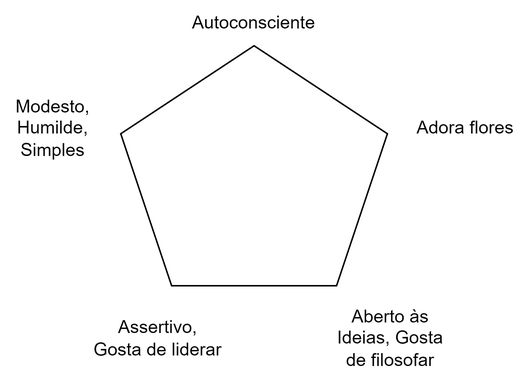
Before: drawio/personality traits/exports/five_traits_flourist.drawio.png, a diagram exported from draw.io (Anth0nyPereira/onegai). Source tidied: cells renumbered, new cells last; positions are measured from the earlier drawing's top-left corner, leaving out a move shared by most shapes. Its diagram source:
```xml
<mxGraphModel>
  <root>
    <mxCell id="0" />
    <mxCell id="1" parent="0" />
    <mxCell id="2" style="whiteSpace=wrap;html=1;shape=mxgraph.basic.pentagon;" parent="1" vertex="1">
      <mxGeometry x="80" y="30" width="177.8" height="160" as="geometry" />
    </mxCell>
    <mxCell id="3" value="Autoconsciente" style="text;html=1;strokeColor=none;fillColor=none;align=center;verticalAlign=middle;whiteSpace=wrap;rounded=0;" parent="1" vertex="1">
      <mxGeometry x="139" width="60" height="30" as="geometry" />
    </mxCell>
    <mxCell id="4" value="Assertivo, Gosta de liderar" style="text;html=1;strokeColor=none;fillColor=none;align=center;verticalAlign=middle;whiteSpace=wrap;rounded=0;" parent="1" vertex="1">
      <mxGeometry x="60" y="200" width="90" height="50" as="geometry" />
    </mxCell>
    <mxCell id="5" value="Aberto às Ideias, Gosta de filosofar" style="text;html=1;strokeColor=none;fillColor=none;align=center;verticalAlign=middle;whiteSpace=wrap;rounded=0;" parent="1" vertex="1">
      <mxGeometry x="220" y="210" width="80" height="30" as="geometry" />
    </mxCell>
    <mxCell id="6" value="Modesto, Humilde,&lt;br&gt;Simples" style="text;html=1;strokeColor=none;fillColor=none;align=center;verticalAlign=middle;whiteSpace=wrap;rounded=0;" parent="1" vertex="1">
      <mxGeometry y="70" width="70" height="30" as="geometry" />
    </mxCell>
    <mxCell id="7" value="Adora flores" style="text;html=1;strokeColor=none;fillColor=none;align=center;verticalAlign=middle;whiteSpace=wrap;rounded=0;" parent="1" vertex="1">
      <mxGeometry x="270" y="70" width="80" height="30" as="geometry" />
    </mxCell>
  </root>
</mxGraphModel>
```
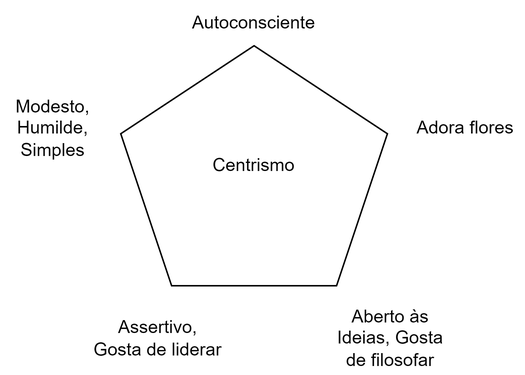
After the change.

Commit message:
updating personality traits for FLOURIST png

The edit, as a diff of the source:
```diff
@@ -2,7 +2,7 @@
   <root>
     <mxCell id="0" />
     <mxCell id="1" parent="0" />
-    <mxCell id="2" style="whiteSpace=wrap;html=1;shape=mxgraph.basic.pentagon;" parent="1" vertex="1">
+    <mxCell id="2" value="Centrismo" style="whiteSpace=wrap;html=1;shape=mxgraph.basic.pentagon;" parent="1" vertex="1">
       <mxGeometry x="80" y="30" width="177.8" height="160" as="geometry" />
     </mxCell>
     <mxCell id="3" value="Autoconsciente" style="text;html=1;strokeColor=none;fillColor=none;align=center;verticalAlign=middle;whiteSpace=wrap;rounded=0;" parent="1" vertex="1">
```
